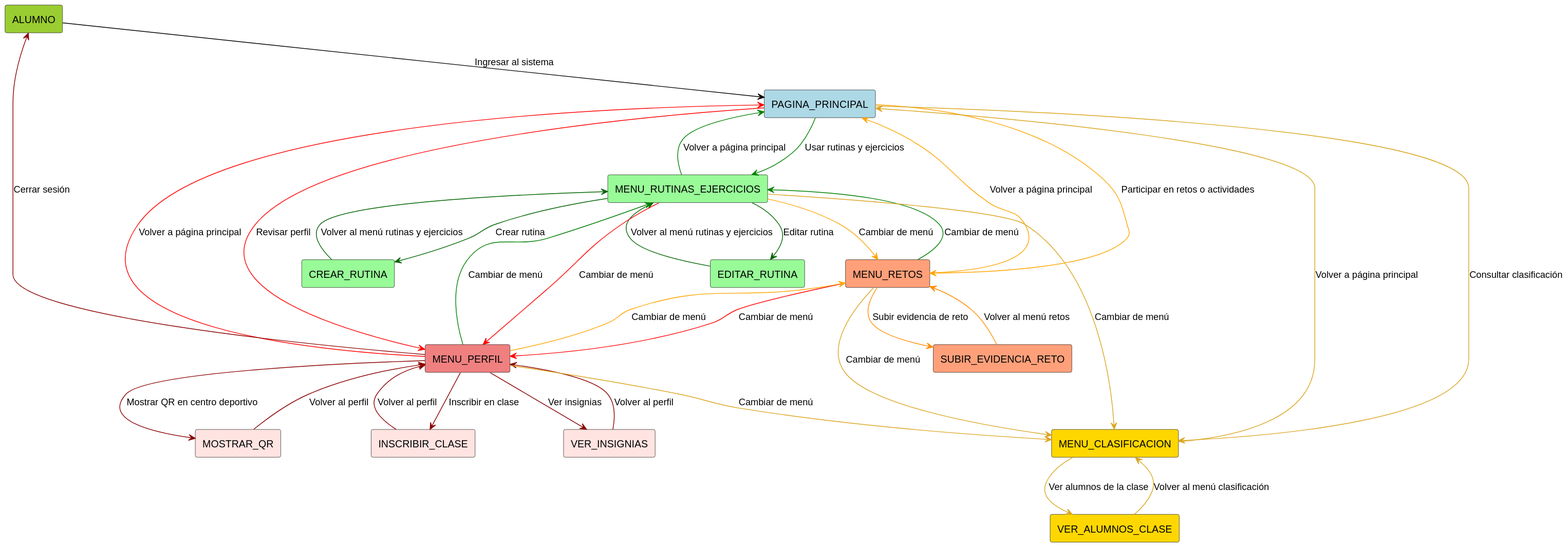
This is Documentos/Imagenes/DiagramasContexto/AlumnoContexto.svg from mmasias/24-25-IdSw1-SDR, a PlantUML export, as it was before one commit.
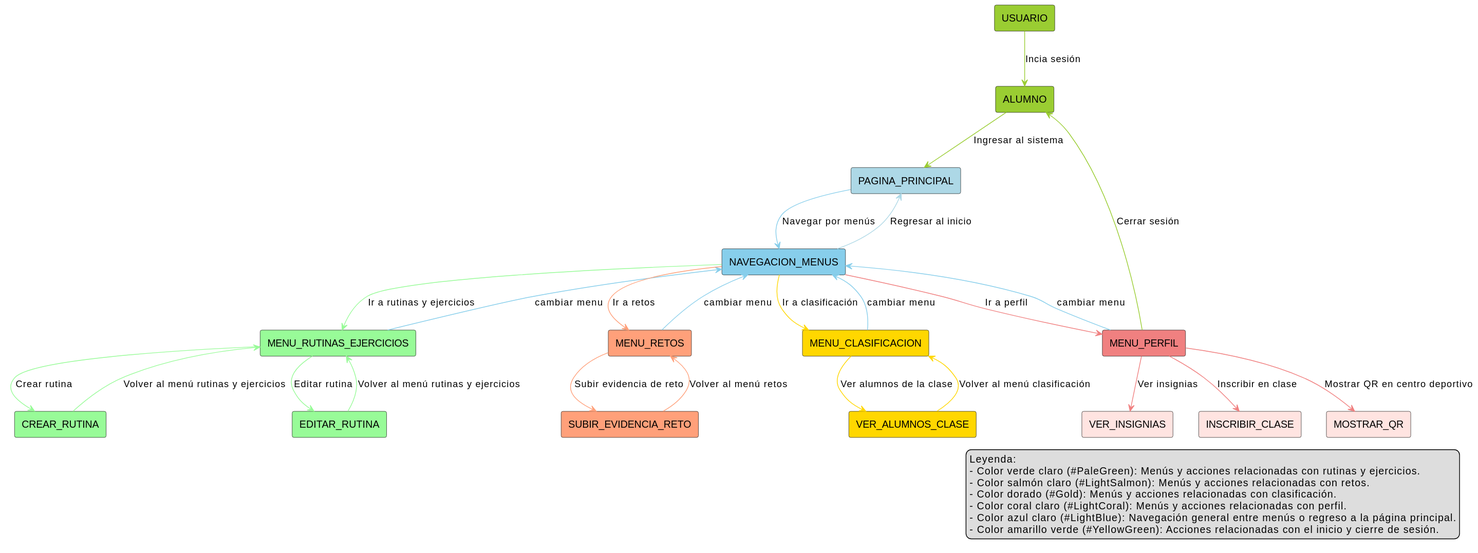
Later version of the same file.

Commit message:
Alumno Contexto

What changed in the source:
```diff
@@ -1,8 +1,9 @@
 @startuml
 !define RECTANGLE(x, color) rectangle x #color
-
+RECTANGLE(USUARIO, YellowGreen)
 RECTANGLE(ALUMNO, YellowGreen)
 RECTANGLE(PAGINA_PRINCIPAL, LightBlue)
+RECTANGLE(NAVEGACION_MENUS, SkyBlue)
 
 RECTANGLE(MENU_RUTINAS_EJERCICIOS, PaleGreen)
 RECTANGLE(MENU_RETOS, LightSalmon)
@@ -17,47 +18,44 @@
 RECTANGLE(SUBIR_EVIDENCIA_RETO, LightSalmon)
 RECTANGLE(VER_ALUMNOS_CLASE, Gold)
 
-ALUMNO -[#Black]-> PAGINA_PRINCIPAL : Ingresar al sistema
+USUARIO -[#YellowGreen]-> ALUMNO: Incia sesión
+ALUMNO -[#YellowGreen]-> PAGINA_PRINCIPAL : Ingresar al sistema
+PAGINA_PRINCIPAL -[#SkyBlue]-> NAVEGACION_MENUS : Navegar por menús
 
-PAGINA_PRINCIPAL -[#Green]-> MENU_RUTINAS_EJERCICIOS : Usar rutinas y ejercicios
-PAGINA_PRINCIPAL -[#Orange]-> MENU_RETOS : Participar en retos o actividades
-PAGINA_PRINCIPAL -[#GoldenRod]-> MENU_CLASIFICACION : Consultar clasificación
-PAGINA_PRINCIPAL -[#Red]-> MENU_PERFIL : Revisar perfil
+NAVEGACION_MENUS -[#PaleGreen]-> MENU_RUTINAS_EJERCICIOS : Ir a rutinas y ejercicios
+NAVEGACION_MENUS -[#LightSalmon]-> MENU_RETOS : Ir a retos
+NAVEGACION_MENUS -[#Gold]-> MENU_CLASIFICACION : Ir a clasificación
+NAVEGACION_MENUS -[#LightCoral]-> MENU_PERFIL : Ir a perfil
+NAVEGACION_MENUS -[#LightBlue]-> PAGINA_PRINCIPAL : Regresar al inicio
 
-MENU_RUTINAS_EJERCICIOS -[#DarkGreen]-> CREAR_RUTINA : Crear rutina
-MENU_RUTINAS_EJERCICIOS -[#DarkGreen]-> EDITAR_RUTINA : Editar rutina
-CREAR_RUTINA -[#DarkGreen]-> MENU_RUTINAS_EJERCICIOS : Volver al menú rutinas y ejercicios
-EDITAR_RUTINA -[#DarkGreen]-> MENU_RUTINAS_EJERCICIOS : Volver al menú rutinas y ejercicios
+MENU_RUTINAS_EJERCICIOS -[#PaleGreen]-> CREAR_RUTINA : Crear rutina
+MENU_RUTINAS_EJERCICIOS -[#PaleGreen]-> EDITAR_RUTINA : Editar rutina
+CREAR_RUTINA -[#PaleGreen]-> MENU_RUTINAS_EJERCICIOS : Volver al menú rutinas y ejercicios
+EDITAR_RUTINA -[#PaleGreen]-> MENU_RUTINAS_EJERCICIOS : Volver al menú rutinas y ejercicios
 
-MENU_RUTINAS_EJERCICIOS -[#Orange]-> MENU_RETOS : Cambiar de menú
-MENU_RUTINAS_EJERCICIOS -[#GoldenRod]-> MENU_CLASIFICACION : Cambiar de menú
-MENU_RUTINAS_EJERCICIOS -[#Red]-> MENU_PERFIL : Cambiar de menú
+MENU_RETOS -[#LightSalmon]-> SUBIR_EVIDENCIA_RETO : Subir evidencia de reto
+SUBIR_EVIDENCIA_RETO -[#LightSalmon]-> MENU_RETOS : Volver al menú retos
 
-MENU_RETOS -[#DarkOrange]-> SUBIR_EVIDENCIA_RETO : Subir evidencia de reto
-SUBIR_EVIDENCIA_RETO -[#DarkOrange]-> MENU_RETOS : Volver al menú retos
+MENU_CLASIFICACION -[#Gold]-> VER_ALUMNOS_CLASE : Ver alumnos de la clase
+VER_ALUMNOS_CLASE -[#Gold]-> MENU_CLASIFICACION : Volver al menú clasificación
 
-MENU_RETOS -[#Red]-> MENU_PERFIL : Cambiar de menú
-MENU_RETOS -[#GoldenRod]-> MENU_CLASIFICACION : Cambiar de menú
-MENU_RETOS -[#Green]-> MENU_RUTINAS_EJERCICIOS : Cambiar de menú
+MENU_PERFIL -[#LightCoral]-> VER_INSIGNIAS : Ver insignias
+MENU_PERFIL -[#LightCoral]-> INSCRIBIR_CLASE : Inscribir en clase
+MENU_PERFIL -[#LightCoral]-> MOSTRAR_QR : Mostrar QR en centro deportivo
+MENU_PERFIL -[#YellowGreen]-> ALUMNO : Cerrar sesión
 
-MENU_CLASIFICACION -[#GoldenRod]-> VER_ALUMNOS_CLASE : Ver alumnos de la clase
-VER_ALUMNOS_CLASE -[#GoldenRod]-> MENU_CLASIFICACION : Volver al menú clasificación
+MENU_PERFIL -[#SkyBlue]-> NAVEGACION_MENUS: cambiar menu
+MENU_CLASIFICACION -[#SkyBlue]-> NAVEGACION_MENUS: cambiar menu
+MENU_RETOS -[#SkyBlue]-> NAVEGACION_MENUS: cambiar menu
+MENU_RUTINAS_EJERCICIOS -[#SkyBlue]-> NAVEGACION_MENUS: cambiar menu
 
-MENU_PERFIL -[#DarkRed]-> VER_INSIGNIAS : Ver insignias
-MENU_PERFIL -[#DarkRed]-> INSCRIBIR_CLASE : Inscribir en clase
-MENU_PERFIL -[#DarkRed]-> MOSTRAR_QR : Mostrar QR en centro deportivo
-MENU_PERFIL -[#DarkRed]-> ALUMNO : Cerrar sesión
-
-MENU_PERFIL -[#Orange]-> MENU_RETOS : Cambiar de menú
-MENU_PERFIL -[#GoldenRod]-> MENU_CLASIFICACION : Cambiar de menú
-MENU_PERFIL -[#Green]-> MENU_RUTINAS_EJERCICIOS : Cambiar de menú
-
-VER_INSIGNIAS -[#DarkRed]-> MENU_PERFIL : Volver al perfil
-INSCRIBIR_CLASE -[#DarkRed]-> MENU_PERFIL : Volver al perfil
-MOSTRAR_QR -[#DarkRed]-> MENU_PERFIL : Volver al perfil
-
-MENU_RUTINAS_EJERCICIOS -[#Green]-> PAGINA_PRINCIPAL : Volver a página principal
-MENU_RETOS -[#Orange]-> PAGINA_PRINCIPAL : Volver a página principal
-MENU_CLASIFICACION -[#GoldenRod]-> PAGINA_PRINCIPAL : Volver a página principal
-MENU_PERFIL -[#Red]-> PAGINA_PRINCIPAL : Volver a página principal
+legend right
+  Leyenda:
+  - Color verde claro (#PaleGreen): Menús y acciones relacionadas con rutinas y ejercicios.
+  - Color salmón claro (#LightSalmon): Menús y acciones relacionadas con retos.
+  - Color dorado (#Gold): Menús y acciones relacionadas con clasificación.
+  - Color coral claro (#LightCoral): Menús y acciones relacionadas con perfil.
+  - Color azul claro (#LightBlue): Navegación general entre menús o regreso a la página principal.
+  - Color amarillo verde (#YellowGreen): Acciones relacionadas con el inicio y cierre de sesión.
+end legend
 @enduml
```
